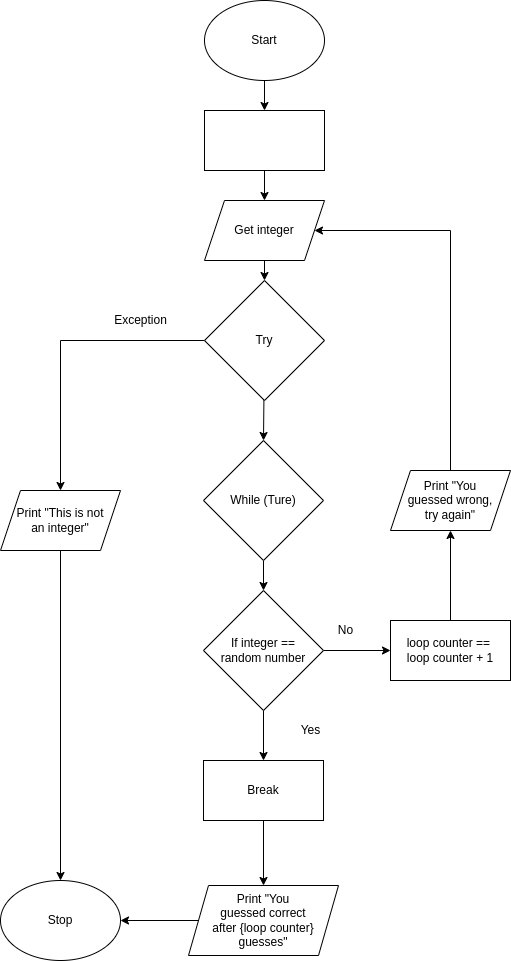
Before: flowchart.png, a diagram exported from draw.io (Andrew-Ten-Den/ICS3U-Unit4-04-Python). Source tidied: cells renumbered, new cells last; positions are measured from the earlier drawing's top-left corner, leaving out a move shared by most shapes.
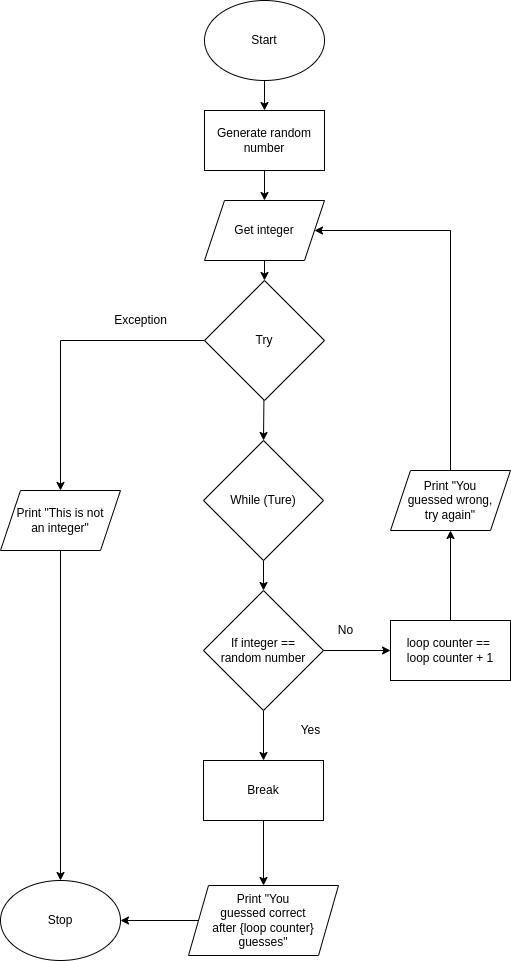
The same diagram one commit later.

What changed in the source:
```diff
@@ -91,7 +91,7 @@
     <mxCell id="28" style="edgeStyle=none;html=1;entryX=0.5;entryY=0;entryDx=0;entryDy=0;" parent="1" edge="1" source="29" target="5">
       <mxGeometry relative="1" as="geometry" />
     </mxCell>
-    <mxCell id="29" style="rounded=0;whiteSpace=wrap;html=1;" parent="1" vertex="1">
+    <mxCell id="29" value="Generate random&lt;br&gt;number" style="rounded=0;whiteSpace=wrap;html=1;" parent="1" vertex="1">
       <mxGeometry x="204" y="110" width="120" height="60" as="geometry" />
     </mxCell>
   </root>
```
